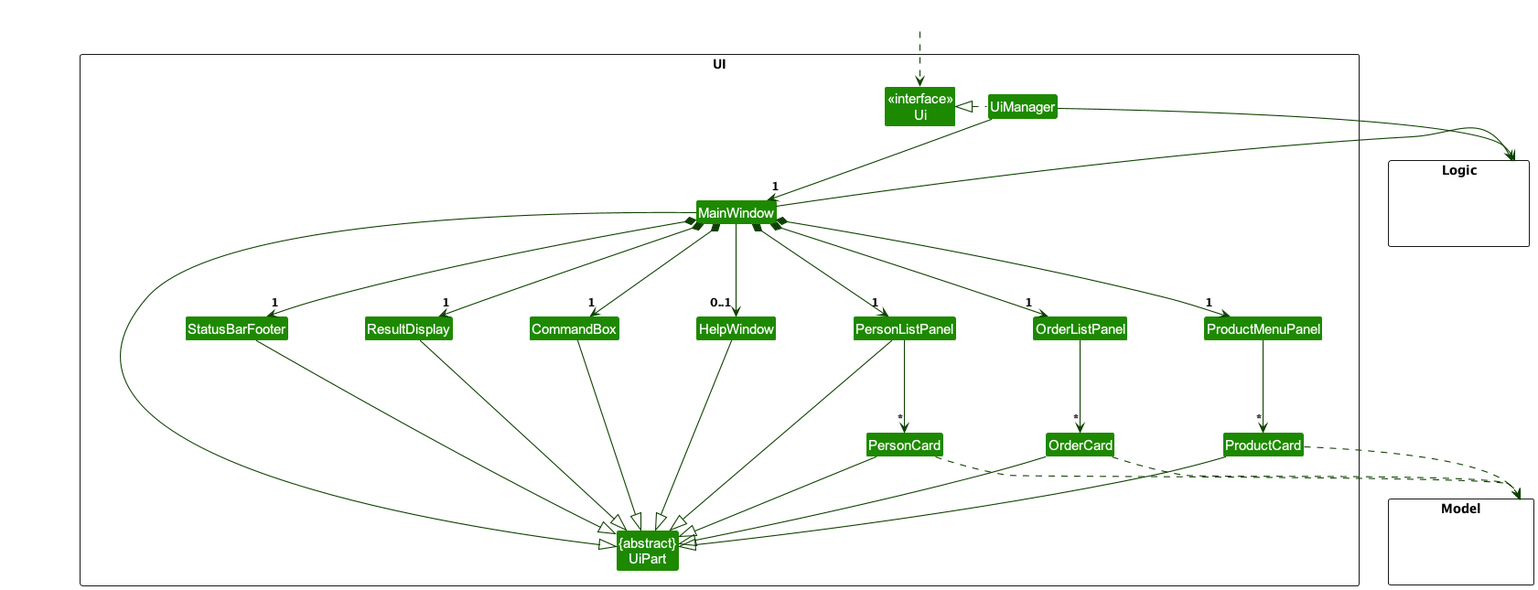
This is docs/images/UiClassDiagram.png from bertrandong/tp, a PlantUML export, as it was before one commit.
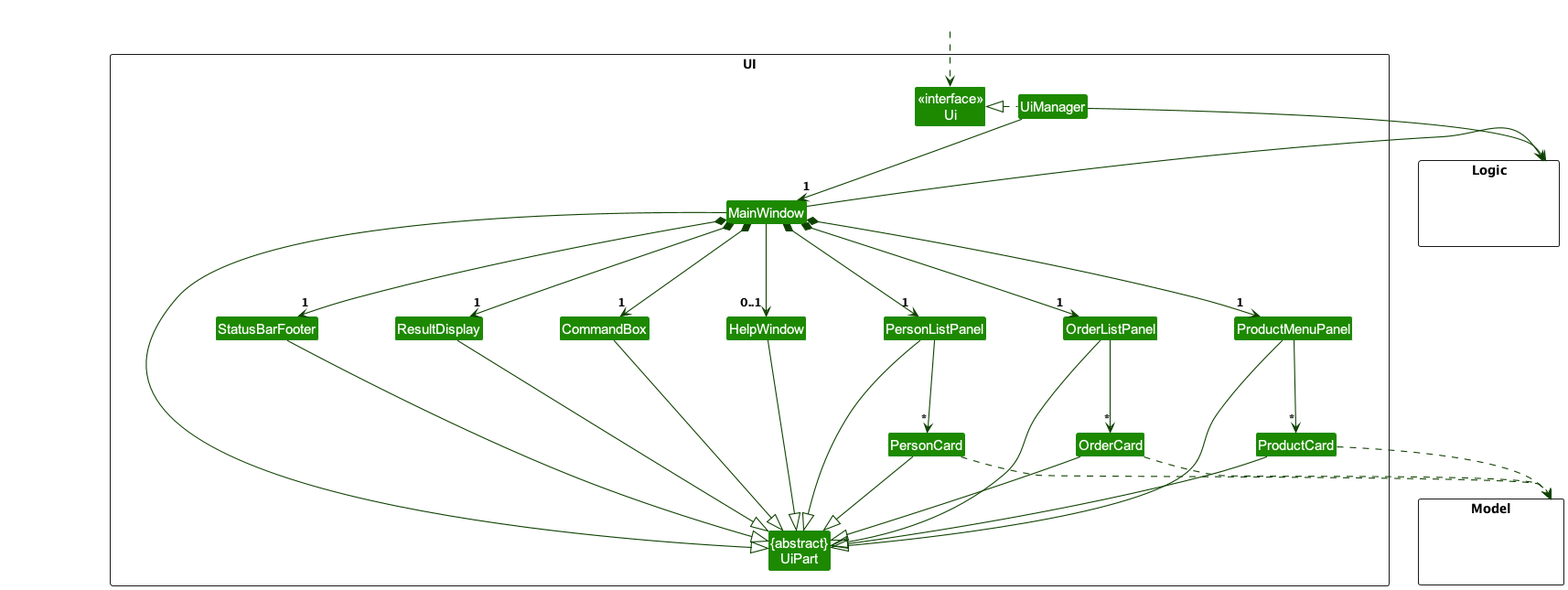
Above is the later version.

Change to the diagram source:
```diff
@@ -54,7 +54,9 @@
 PersonCard --|> UiPart
 StatusBarFooter --|> UiPart
 HelpWindow --|> UiPart
+OrderListPanel --|> UiPart
 OrderCard --|> UiPart
+ProductMenuPanel --|> UiPart
 ProductCard --|> UiPart
 
 PersonCard ..> Model
```
